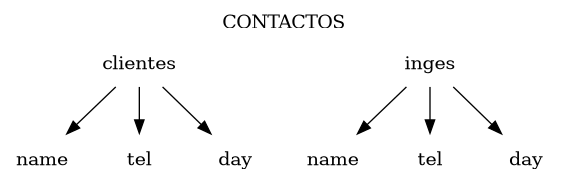
This is Images/avl_treeStruct.png from EilerGomez/SystemContactLabEDD1erS2024, a Graphviz export, as it was before one commit. Its source is kept beside it as practica2SistemaContactosLabEdd2024/avl_treeStruct.dot.
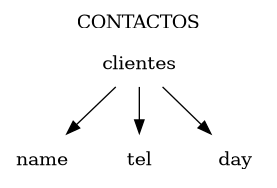
After the change.

Change to the diagram source:
```diff
@@ -5,25 +5,32 @@
 clientes_campoSep_0_0 [label="name", shape=plaintext];
 clientes_0-> clientes_campoSep_0_0;
 clientes_campoSep_0_0-> "waylin";
-waylin [label="waylin\n2"];
-waylin -> "eiler";
-eiler [label="eiler\n1"];
-waylin -> "waylin2";
-waylin2 [label="waylin2\n1"];
+waylin [label="waylin\n1"];
 clientes_campoSep_1_0 [label="tel", shape=plaintext];
 clientes_0-> clientes_campoSep_1_0;
 clientes_campoSep_1_0-> "51641444";
-51641444 [label="51641444\n2"];
-51641444 -> "49737837";
-49737837 [label="49737837\n1"];
-51641444 -> "51641445";
-51641445 [label="51641445\n1"];
+51641444 [label="51641444\n1"];
 clientes_campoSep_2_0 [label="day", shape=plaintext];
 clientes_0-> clientes_campoSep_2_0;
-clientes_campoSep_2_0-> "2001-03-01";
-"2001-03-01" [label="2001-03-01\n2"];
-"2001-03-01" -> "2000-02-25";
+clientes_campoSep_2_0-> "2000-02-25";
 "2000-02-25" [label="2000-02-25\n1"];
-"2001-03-01" -> "2003-01-04";
-"2003-01-04" [label="2003-01-04\n1"];
+inges_1 [label="inges", shape=plaintext];
+inges_campoSep_0_1 [label="name", shape=plaintext];
+inges_1-> inges_campoSep_0_1;
+inges_campoSep_0_1-> "jose";
+jose [label="jose\n2"];
+jose -> "waylin1";
+waylin1 [label="waylin1\n1"];
+inges_campoSep_1_1 [label="tel", shape=plaintext];
+inges_1-> inges_campoSep_1_1;
+inges_campoSep_1_1-> "25545458";
+25545458 [label="25545458\n2"];
+25545458 -> "4554454";
+4554454 [label="4554454\n1"];
+inges_campoSep_2_1 [label="day", shape=plaintext];
+inges_1-> inges_campoSep_2_1;
+inges_campoSep_2_1-> "2000-02-30";
+"2000-02-30" [label="2000-02-30\n2"];
+"2000-02-30" -> "1997-12-31";
+"1997-12-31" [label="1997-12-31\n1"];
 }
```
